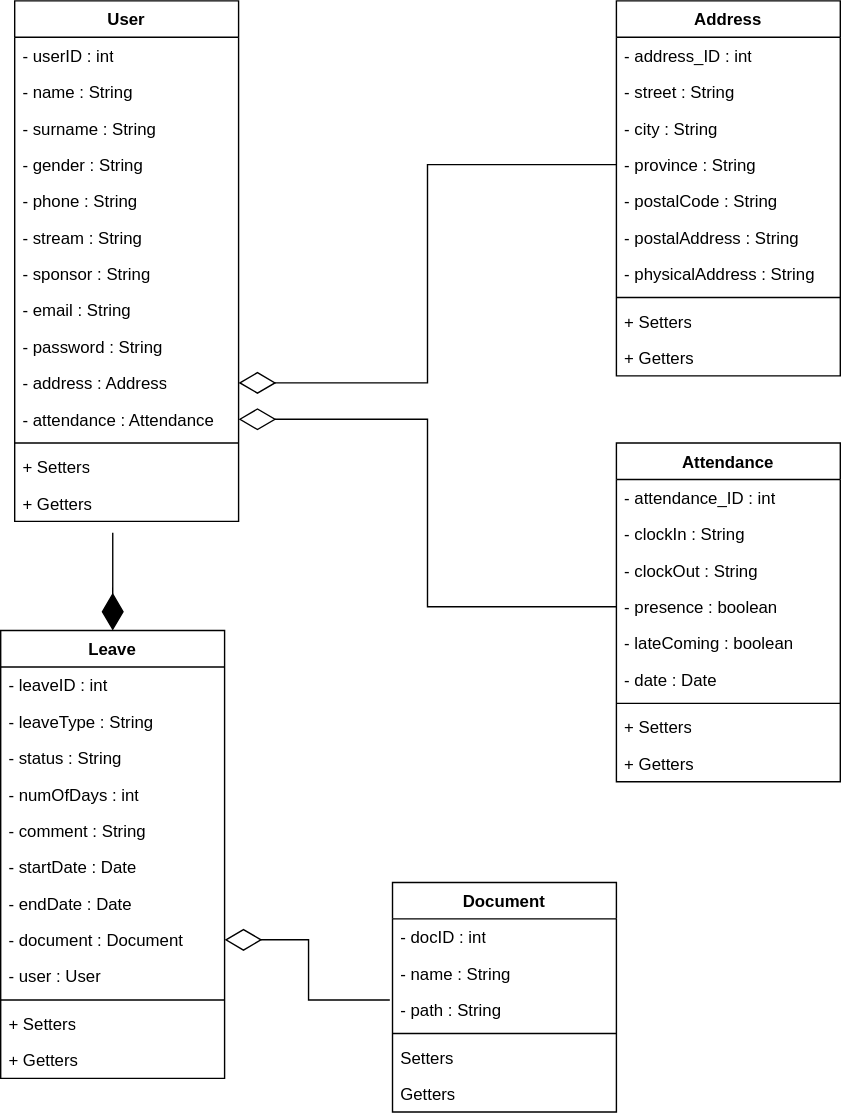
The draw.io diagram Class diagram/Leave Class Diagram.drawio.svg in tshegofatso-motlhakane/LeaveManagement--Documentation, before a commit. Source tidied: cells renumbered, new cells last; positions are measured from the earlier drawing's top-left corner, leaving out a move shared by most shapes.
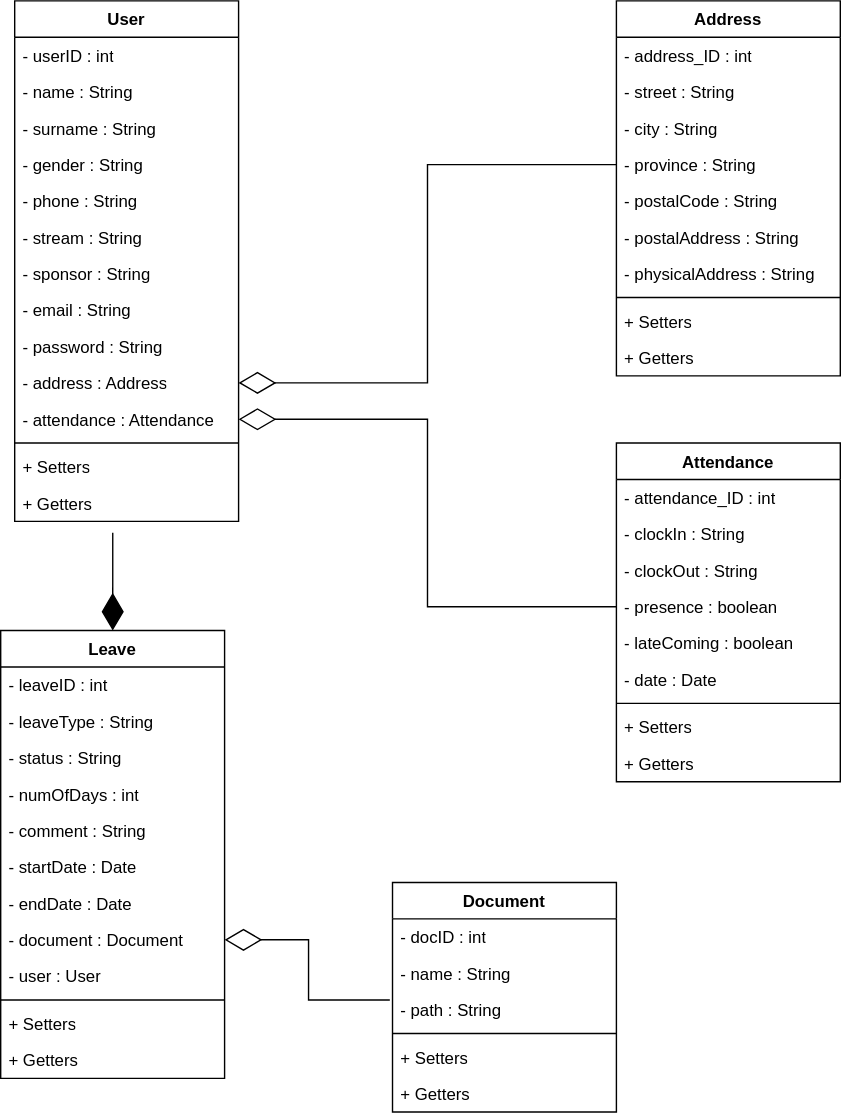
Above is the later version.

Commit message:
Class diagram Updated

Diff of the diagram source:
```diff
@@ -56,10 +56,10 @@
     <mxCell id="19" style="line;strokeWidth=1;fillColor=none;align=left;verticalAlign=middle;spacingTop=-1;spacingLeft=3;spacingRight=3;labelPosition=right;strokeColor=inherit;" parent="15" vertex="1">
       <mxGeometry y="104" width="160" height="8" as="geometry" />
     </mxCell>
-    <mxCell id="20" value="Setters" style="text;strokeColor=none;fillColor=none;align=left;verticalAlign=top;spacingLeft=4;spacingRight=4;overflow=hidden;whiteSpace=wrap;html=1;" parent="15" vertex="1">
+    <mxCell id="20" value="+ Setters" style="text;strokeColor=none;fillColor=none;align=left;verticalAlign=top;spacingLeft=4;spacingRight=4;overflow=hidden;whiteSpace=wrap;html=1;" parent="15" vertex="1">
       <mxGeometry y="112" width="160" height="26" as="geometry" />
     </mxCell>
-    <mxCell id="21" value="Getters" style="text;strokeColor=none;fillColor=none;align=left;verticalAlign=top;spacingLeft=4;spacingRight=4;overflow=hidden;whiteSpace=wrap;html=1;" parent="15" vertex="1">
+    <mxCell id="21" value="+ Getters" style="text;strokeColor=none;fillColor=none;align=left;verticalAlign=top;spacingLeft=4;spacingRight=4;overflow=hidden;whiteSpace=wrap;html=1;" parent="15" vertex="1">
       <mxGeometry y="138" width="160" height="26" as="geometry" />
     </mxCell>
     <mxCell id="22" style="endArrow=diamondThin;endFill=0;endSize=24;html=1;rounded=0;entryX=1;entryY=0.5;entryDx=0;entryDy=0;exitX=-0.012;exitY=0.231;exitDx=0;exitDy=0;exitPerimeter=0;edgeStyle=orthogonalEdgeStyle;" parent="1" edge="1" source="18" target="10">
```
